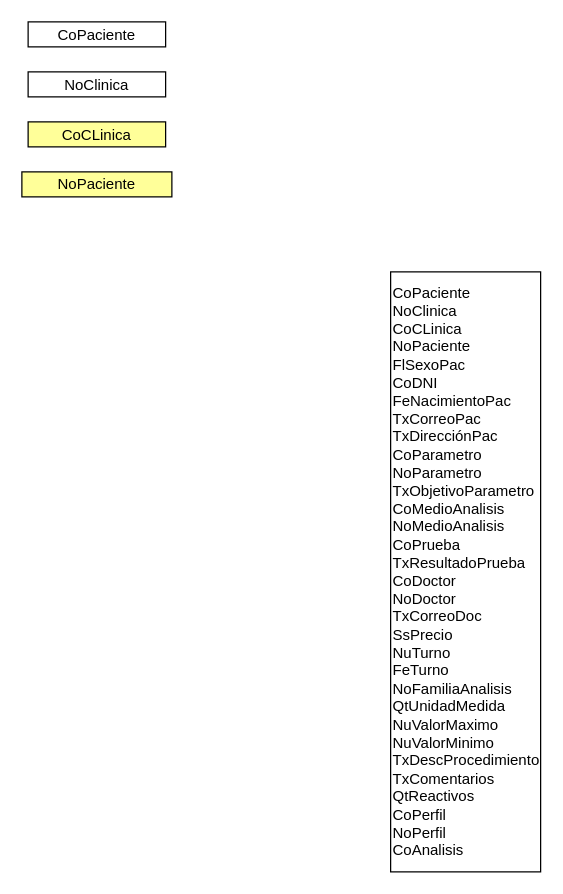
hrojasutani/test keeps this draw.io diagram as page "Page-2" (2 of 2) of Untitled Diagram.drawio. Above is the earlier version. Source tidied: cells renumbered, new cells numbered last; positions are measured from the earlier drawing's top-left corner, leaving out a move shared by most shapes. Both pictures are drawn from the tidied source at 125%, with x=0, y=0 at pixel (21, 21).
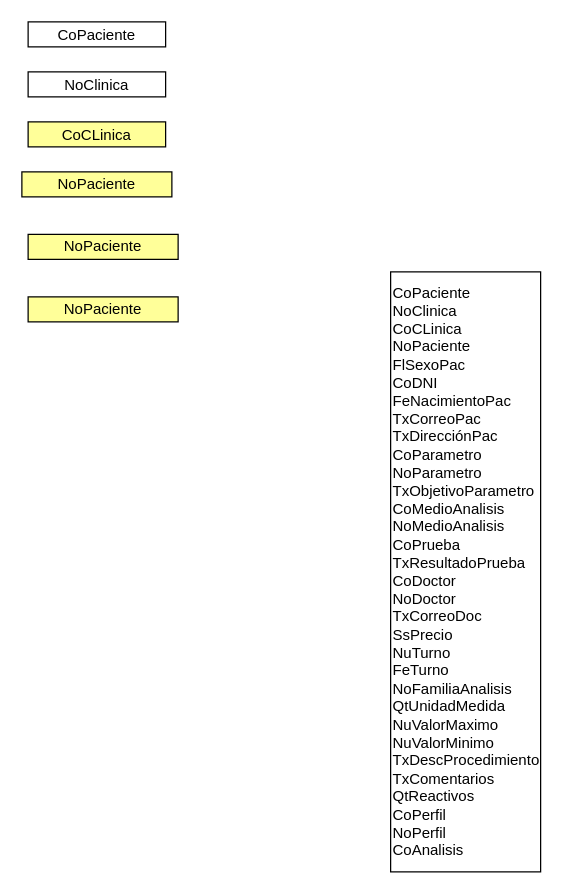
After the change.

The edit, as a diff of the source:
```diff
@@
 <mxGraphModel>
   <root>
     <mxCell id="0" />
     <mxCell id="1" parent="0" />
     <mxCell id="2" value="&lt;div&gt;CoPaciente&lt;/div&gt;&lt;div&gt;NoClinica&lt;/div&gt;&lt;div&gt;CoCLinica&lt;/div&gt;&lt;div&gt;NoPaciente&lt;/div&gt;&lt;div&gt;FlSexoPac&lt;/div&gt;&lt;div&gt;CoDNI&lt;/div&gt;&lt;div&gt;FeNacimientoPac&lt;/div&gt;&lt;div&gt;TxCorreoPac&lt;/div&gt;&lt;div&gt;TxDirecciónPac&lt;/div&gt;&lt;div&gt;CoParametro&lt;/div&gt;&lt;div&gt;NoParametro&lt;/div&gt;&lt;div&gt;TxObjetivoParametro&lt;/div&gt;&lt;div&gt;CoMedioAnalisis&lt;/div&gt;&lt;div&gt;NoMedioAnalisis&lt;/div&gt;&lt;div&gt;CoPrueba&lt;/div&gt;&lt;div&gt;TxResultadoPrueba&lt;/div&gt;&lt;div&gt;CoDoctor&lt;/div&gt;&lt;div&gt;NoDoctor&lt;/div&gt;&lt;div&gt;TxCorreoDoc&lt;/div&gt;&lt;div&gt;SsPrecio&lt;/div&gt;&lt;div&gt;NuTurno&lt;/div&gt;&lt;div&gt;FeTurno&lt;/div&gt;&lt;div&gt;NoFamiliaAnalisis&lt;/div&gt;&lt;div&gt;QtUnidadMedida&lt;/div&gt;&lt;div&gt;NuValorMaximo&lt;/div&gt;&lt;div&gt;NuValorMinimo&lt;/div&gt;&lt;div&gt;TxDescProcedimiento&lt;/div&gt;&lt;div&gt;TxComentarios&lt;/div&gt;&lt;div&gt;QtReactivos&lt;/div&gt;&lt;div&gt;CoPerfil&lt;/div&gt;&lt;div&gt;NoPerfil&lt;/div&gt;&lt;div&gt;CoAnalisis&lt;/div&gt;" style="rounded=0;whiteSpace=wrap;html=1;align=left;" parent="1" vertex="1">
       <mxGeometry x="295" y="200" width="120" height="480" as="geometry" />
     </mxCell>
     <mxCell id="3" value="&lt;span style=&quot;text-align: left;&quot;&gt;CoPaciente&lt;/span&gt;" style="rounded=0;whiteSpace=wrap;html=1;verticalAlign=bottom;" parent="1" vertex="1">
       <mxGeometry x="5" width="110" height="20" as="geometry" />
     </mxCell>
     <mxCell id="4" value="&lt;span style=&quot;text-align: left;&quot;&gt;NoClinica&lt;/span&gt;" style="rounded=0;whiteSpace=wrap;html=1;verticalAlign=bottom;" parent="1" vertex="1">
       <mxGeometry x="5" y="40" width="110" height="20" as="geometry" />
     </mxCell>
     <mxCell id="5" value="&lt;div style=&quot;text-align: left;&quot;&gt;&lt;span style=&quot;background-color: initial;&quot;&gt;CoCLinica&lt;/span&gt;&lt;/div&gt;" style="rounded=0;whiteSpace=wrap;html=1;verticalAlign=bottom;strokeColor=#000000;fillColor=#FFFF99;" parent="1" vertex="1">
       <mxGeometry x="5" y="80" width="110" height="20" as="geometry" />
     </mxCell>
     <mxCell id="6" value="NoPaciente" style="rounded=0;whiteSpace=wrap;html=1;strokeColor=#000000;fillColor=#FFFF99;" parent="1" vertex="1">
       <mxGeometry y="120" width="120" height="20" as="geometry" />
     </mxCell>
+    <mxCell id="7" value="NoPaciente" style="rounded=0;whiteSpace=wrap;html=1;strokeColor=#000000;fillColor=#FFFF99;" parent="1" vertex="1">
+      <mxGeometry x="5" y="170" width="120" height="20" as="geometry" />
+    </mxCell>
+    <mxCell id="8" value="NoPaciente" style="rounded=0;whiteSpace=wrap;html=1;strokeColor=#000000;fillColor=#FFFF99;" parent="1" vertex="1">
+      <mxGeometry x="5" y="220" width="120" height="20" as="geometry" />
+    </mxCell>
   </root>
 </mxGraphModel>
```
